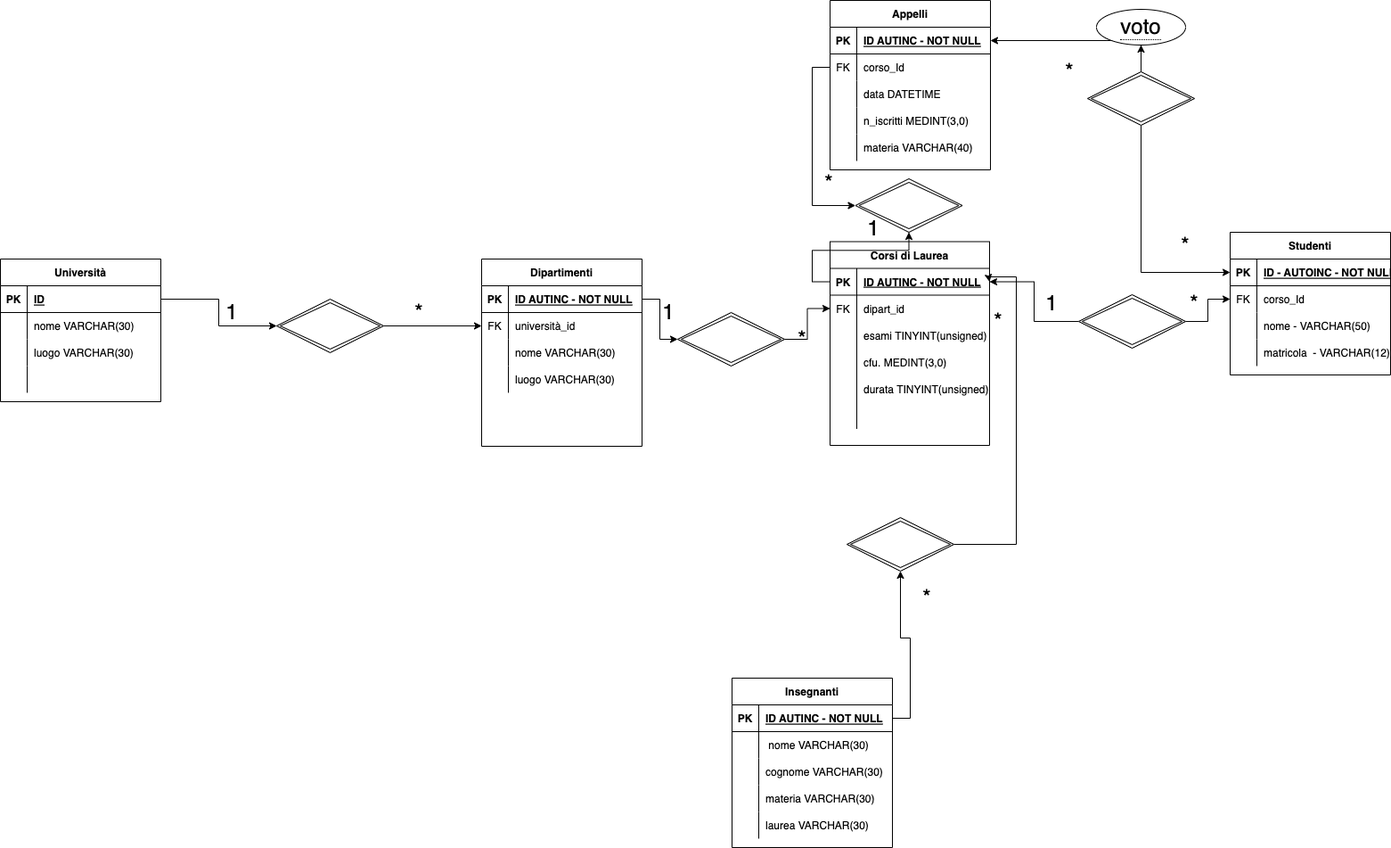
fathergasc/db-university keeps this draw.io diagram as database_b.drawio.png. Above is the earlier version. Source tidied: cells renumbered, new cells last; positions are measured from the earlier drawing's top-left corner, leaving out a move shared by most shapes.
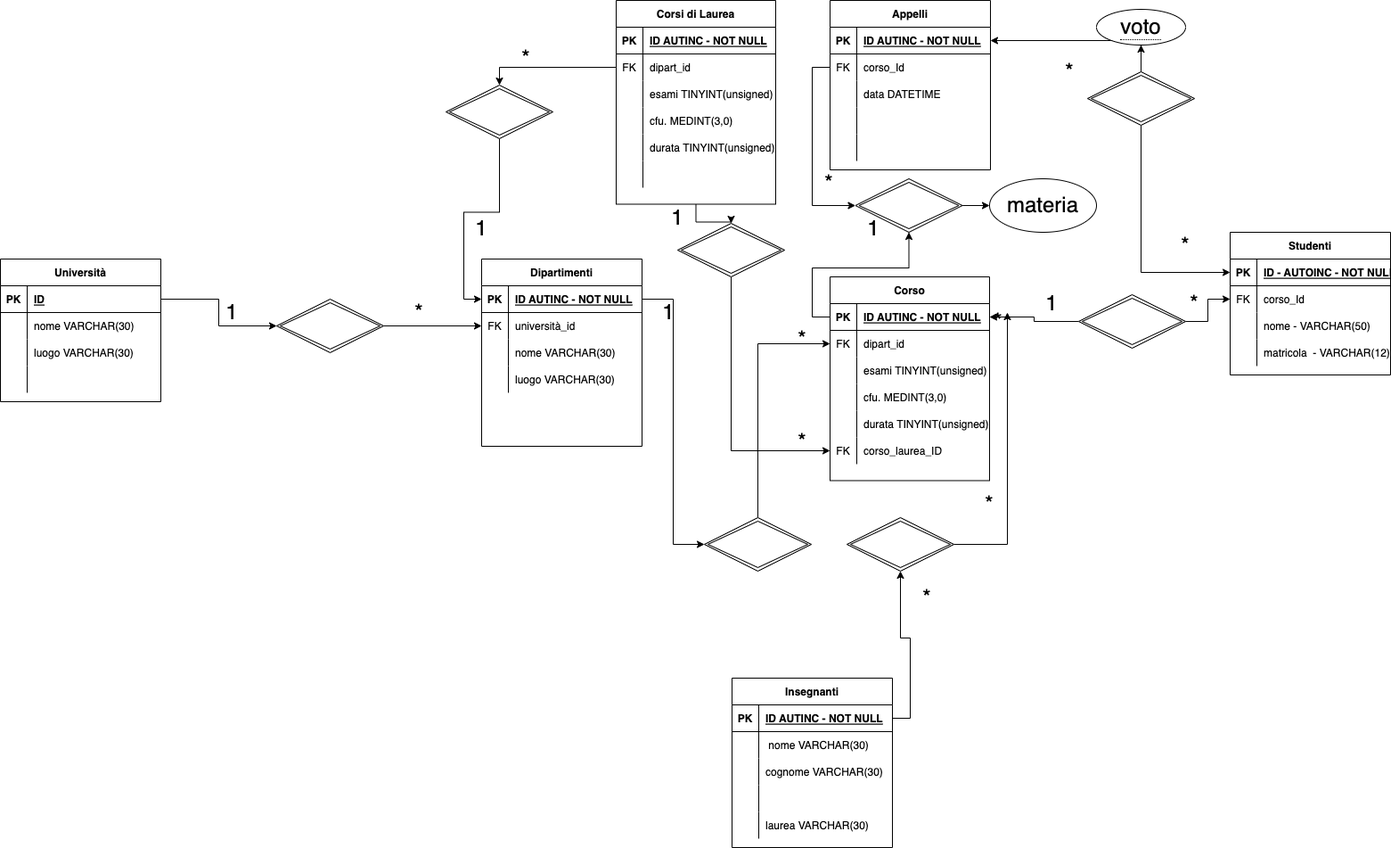
The same diagram one commit later.

The edit, as a diff of the source:
```diff
@@ -38,7 +38,7 @@
     <mxCell id="13" style="shape=partialRectangle;fillColor=none;top=0;left=0;bottom=0;right=0;overflow=hidden;" parent="12" vertex="1">
       <mxGeometry width="30" height="30" as="geometry" />
     </mxCell>
-    <mxCell id="14" value="materia VARCHAR(30)" style="shape=partialRectangle;fillColor=none;top=0;left=0;bottom=0;right=0;align=left;spacingLeft=6;overflow=hidden;" parent="12" vertex="1">
+    <mxCell id="14" style="shape=partialRectangle;fillColor=none;top=0;left=0;bottom=0;right=0;align=left;spacingLeft=6;overflow=hidden;" parent="12" vertex="1">
       <mxGeometry x="30" width="150" height="30" as="geometry" />
     </mxCell>
     <mxCell id="15" style="shape=tableRow;horizontal=0;startSize=0;swimlaneHead=0;swimlaneBody=0;fillColor=none;top=0;left=0;right=0;bottom=0;" parent="2" vertex="1">
@@ -50,8 +50,8 @@
     <mxCell id="17" value="laurea VARCHAR(30)" style="shape=partialRectangle;fillColor=none;top=0;left=0;bottom=0;right=0;align=left;spacingLeft=6;overflow=hidden;" parent="15" vertex="1">
       <mxGeometry x="30" width="150" height="30" as="geometry" />
     </mxCell>
-    <mxCell id="18" value="Corsi di Laurea" style="shape=table;startSize=30;rowLines=0;fontStyle=1;align=center;" parent="1" vertex="1">
-      <mxGeometry x="931" y="270.5" width="179" height="228.5" as="geometry" />
+    <mxCell id="18" value="Corso" style="shape=table;startSize=30;rowLines=0;fontStyle=1;align=center;" parent="1" vertex="1">
+      <mxGeometry x="931" y="310" width="179" height="228.5" as="geometry" />
     </mxCell>
     <mxCell id="19" style="shape=tableRow;horizontal=0;startSize=0;swimlaneHead=0;swimlaneBody=0;fillColor=none;points=[[0,0.5],[1,0.5]];portConstraint=eastwest;top=0;left=0;right=0;bottom=1;" parent="18" vertex="1">
       <mxGeometry y="30" width="179" height="30" as="geometry" />
@@ -101,10 +101,10 @@
     <mxCell id="34" style="shape=tableRow;horizontal=0;startSize=0;swimlaneHead=0;swimlaneBody=0;fillColor=none;points=[[0,0.5],[1,0.5]];portConstraint=eastwest;top=0;left=0;right=0;bottom=0;" parent="18" vertex="1">
       <mxGeometry y="180" width="179" height="30" as="geometry" />
     </mxCell>
-    <mxCell id="35" style="shape=partialRectangle;fillColor=none;top=0;left=0;bottom=0;right=0;overflow=hidden;" parent="34" vertex="1">
+    <mxCell id="35" value="FK" style="shape=partialRectangle;fillColor=none;top=0;left=0;bottom=0;right=0;overflow=hidden;" parent="34" vertex="1">
       <mxGeometry width="30" height="30" as="geometry" />
     </mxCell>
-    <mxCell id="36" style="shape=partialRectangle;fillColor=none;top=0;left=0;bottom=0;right=0;align=left;spacingLeft=6;overflow=hidden;" parent="34" vertex="1">
+    <mxCell id="36" value="corso_laurea_ID" style="shape=partialRectangle;fillColor=none;top=0;left=0;bottom=0;right=0;align=left;spacingLeft=6;overflow=hidden;" parent="34" vertex="1">
       <mxGeometry x="30" width="149" height="30" as="geometry" />
     </mxCell>
     <mxCell id="37" value="Dipartimenti" style="shape=table;startSize=30;rowLines=0;fontStyle=1;align=center;" parent="1" vertex="1">
@@ -204,7 +204,7 @@
       <mxGeometry relative="1" as="geometry" />
     </mxCell>
     <mxCell id="69" style="shape=rhombus;double=1;perimeter=rhombusPerimeter;whiteSpace=wrap;html=1;align=center;fontSize=24;" parent="1" vertex="1">
-      <mxGeometry x="760" y="350" width="120" height="60" as="geometry" />
+      <mxGeometry x="790" y="580" width="120" height="60" as="geometry" />
     </mxCell>
     <mxCell id="70" style="shape=partialRectangle;fillColor=none;top=0;left=0;bottom=0;right=0;align=left;spacingLeft=6;overflow=hidden;" parent="1" vertex="1">
       <mxGeometry x="570" y="440" width="150" height="30" as="geometry" />
@@ -215,15 +215,11 @@
     <mxCell id="72" value="1" style="text;html=1;strokeColor=none;fillColor=none;align=center;verticalAlign=middle;whiteSpace=wrap;rounded=0;fontSize=24;" parent="1" vertex="1">
       <mxGeometry x="720" y="335" width="60" height="30" as="geometry" />
     </mxCell>
-    <mxCell id="73" style="edgeStyle=orthogonalEdgeStyle;rounded=0;jettySize=auto;html=1;fontSize=24;entryX=1;entryY=0.5;entryDx=0;entryDy=0;" parent="1" edge="1" source="74" target="19">
-      <mxGeometry relative="1" as="geometry">
-        <Array as="points">
-          <mxPoint x="1140" y="610" />
-          <mxPoint x="1140" y="310" />
-          <mxPoint x="1109" y="310" />
-        </Array>
-      </mxGeometry>
-    </mxCell>
+    <mxCell id="125" style="edgeStyle=orthogonalEdgeStyle;rounded=0;jettySize=auto;html=1;fontSize=24;" parent="1" edge="1" source="74">
+      <mxGeometry relative="1" as="geometry">
+        <mxPoint x="1130" y="350" as="targetPoint" />
+      </mxGeometry>
+    </mxCell>
     <mxCell id="74" style="shape=rhombus;double=1;perimeter=rhombusPerimeter;whiteSpace=wrap;html=1;align=center;fontSize=24;" parent="1" vertex="1">
       <mxGeometry x="950" y="580" width="120" height="60" as="geometry" />
     </mxCell>
@@ -335,7 +331,7 @@
     <mxCell id="110" style="shape=partialRectangle;fillColor=none;top=0;left=0;bottom=0;right=0;overflow=hidden;" parent="109" vertex="1">
       <mxGeometry width="30" height="30" as="geometry" />
     </mxCell>
-    <mxCell id="111" value="n_iscritti MEDINT(3,0)" style="shape=partialRectangle;fillColor=none;top=0;left=0;bottom=0;right=0;align=left;spacingLeft=6;overflow=hidden;" parent="109" vertex="1">
+    <mxCell id="111" style="shape=partialRectangle;fillColor=none;top=0;left=0;bottom=0;right=0;align=left;spacingLeft=6;overflow=hidden;" parent="109" vertex="1">
       <mxGeometry x="30" width="150" height="30" as="geometry" />
     </mxCell>
     <mxCell id="112" style="shape=tableRow;horizontal=0;startSize=0;swimlaneHead=0;swimlaneBody=0;fillColor=none;top=0;left=0;right=0;bottom=0;" parent="99" vertex="1">
@@ -344,9 +340,12 @@
     <mxCell id="113" style="shape=partialRectangle;fillColor=none;top=0;left=0;bottom=0;right=0;overflow=hidden;" parent="112" vertex="1">
       <mxGeometry width="30" height="30" as="geometry" />
     </mxCell>
-    <mxCell id="114" value="materia VARCHAR(40)" style="shape=partialRectangle;fillColor=none;top=0;left=0;bottom=0;right=0;align=left;spacingLeft=6;overflow=hidden;" parent="112" vertex="1">
+    <mxCell id="114" style="shape=partialRectangle;fillColor=none;top=0;left=0;bottom=0;right=0;align=left;spacingLeft=6;overflow=hidden;" parent="112" vertex="1">
       <mxGeometry x="30" width="150" height="30" as="geometry" />
     </mxCell>
+    <mxCell id="126" style="edgeStyle=orthogonalEdgeStyle;rounded=0;jettySize=auto;html=1;fontSize=24;" parent="1" edge="1" source="115" target="157">
+      <mxGeometry relative="1" as="geometry" />
+    </mxCell>
     <mxCell id="115" style="shape=rhombus;double=1;perimeter=rhombusPerimeter;whiteSpace=wrap;html=1;align=center;fontSize=24;" parent="1" vertex="1">
       <mxGeometry x="959.5" y="200" width="120" height="60" as="geometry" />
     </mxCell>
@@ -377,5 +376,98 @@
     <mxCell id="124" value="&lt;font style=&quot;font-size: 24px;&quot;&gt;*&lt;/font&gt;" style="text;html=1;strokeColor=none;fillColor=none;align=center;verticalAlign=middle;whiteSpace=wrap;rounded=0;" parent="1" vertex="1">
       <mxGeometry x="1310" y="325" width="60" height="30" as="geometry" />
     </mxCell>
+    <mxCell id="127" style="edgeStyle=orthogonalEdgeStyle;rounded=0;jettySize=auto;html=1;entryX=0.5;entryY=0;entryDx=0;entryDy=0;fontSize=24;" parent="1" edge="1" source="128" target="152">
+      <mxGeometry relative="1" as="geometry" />
+    </mxCell>
+    <mxCell id="128" value="Corsi di Laurea" style="shape=table;startSize=30;rowLines=0;fontStyle=1;align=center;" parent="1" vertex="1">
+      <mxGeometry x="691" width="179" height="228.5" as="geometry" />
+    </mxCell>
+    <mxCell id="129" style="shape=tableRow;horizontal=0;startSize=0;swimlaneHead=0;swimlaneBody=0;fillColor=none;top=0;left=0;right=0;bottom=1;" parent="128" vertex="1">
+      <mxGeometry y="30" width="179" height="30" as="geometry" />
+    </mxCell>
+    <mxCell id="130" value="PK" style="shape=partialRectangle;fillColor=none;top=0;left=0;bottom=0;right=0;fontStyle=1;overflow=hidden;" parent="129" vertex="1">
+      <mxGeometry width="30" height="30" as="geometry" />
+    </mxCell>
+    <mxCell id="131" value="ID AUTINC - NOT NULL" style="shape=partialRectangle;fillColor=none;top=0;left=0;bottom=0;right=0;align=left;spacingLeft=6;fontStyle=5;overflow=hidden;" parent="129" vertex="1">
+      <mxGeometry x="30" width="149" height="30" as="geometry" />
+    </mxCell>
+    <mxCell id="132" style="shape=tableRow;horizontal=0;startSize=0;swimlaneHead=0;swimlaneBody=0;fillColor=none;points=[[0,0.5],[1,0.5]];portConstraint=eastwest;top=0;left=0;right=0;bottom=0;" parent="128" vertex="1">
+      <mxGeometry y="60" width="179" height="30" as="geometry" />
+    </mxCell>
+    <mxCell id="133" value="FK" style="shape=partialRectangle;fillColor=none;top=0;left=0;bottom=0;right=0;overflow=hidden;" parent="132" vertex="1">
+      <mxGeometry width="30" height="30" as="geometry" />
+    </mxCell>
+    <mxCell id="134" value="dipart_id" style="shape=partialRectangle;fillColor=none;top=0;left=0;bottom=0;right=0;align=left;spacingLeft=6;overflow=hidden;" parent="132" vertex="1">
+      <mxGeometry x="30" width="149" height="30" as="geometry" />
+    </mxCell>
+    <mxCell id="135" style="shape=tableRow;horizontal=0;startSize=0;swimlaneHead=0;swimlaneBody=0;fillColor=none;top=0;left=0;right=0;bottom=0;" parent="128" vertex="1">
+      <mxGeometry y="90" width="179" height="30" as="geometry" />
+    </mxCell>
+    <mxCell id="136" style="shape=partialRectangle;fillColor=none;top=0;left=0;bottom=0;right=0;overflow=hidden;" parent="135" vertex="1">
+      <mxGeometry width="30" height="30" as="geometry" />
+    </mxCell>
+    <mxCell id="137" value="esami TINYINT(unsigned)" style="shape=partialRectangle;fillColor=none;top=0;left=0;bottom=0;right=0;align=left;spacingLeft=6;overflow=hidden;" parent="135" vertex="1">
+      <mxGeometry x="30" width="149" height="30" as="geometry" />
+    </mxCell>
+    <mxCell id="138" style="shape=tableRow;horizontal=0;startSize=0;swimlaneHead=0;swimlaneBody=0;fillColor=none;top=0;left=0;right=0;bottom=0;" parent="128" vertex="1">
+      <mxGeometry y="120" width="179" height="30" as="geometry" />
+    </mxCell>
+    <mxCell id="139" style="shape=partialRectangle;fillColor=none;top=0;left=0;bottom=0;right=0;overflow=hidden;" parent="138" vertex="1">
+      <mxGeometry width="30" height="30" as="geometry" />
+    </mxCell>
+    <mxCell id="140" value="cfu. MEDINT(3,0)" style="shape=partialRectangle;fillColor=none;top=0;left=0;bottom=0;right=0;align=left;spacingLeft=6;overflow=hidden;" parent="138" vertex="1">
+      <mxGeometry x="30" width="149" height="30" as="geometry" />
+    </mxCell>
+    <mxCell id="141" style="shape=tableRow;horizontal=0;startSize=0;swimlaneHead=0;swimlaneBody=0;fillColor=none;top=0;left=0;right=0;bottom=0;" parent="128" vertex="1">
+      <mxGeometry y="150" width="179" height="30" as="geometry" />
+    </mxCell>
+    <mxCell id="142" style="shape=partialRectangle;fillColor=none;top=0;left=0;bottom=0;right=0;overflow=hidden;" parent="141" vertex="1">
+      <mxGeometry width="30" height="30" as="geometry" />
+    </mxCell>
+    <mxCell id="143" value="durata TINYINT(unsigned)" style="shape=partialRectangle;fillColor=none;top=0;left=0;bottom=0;right=0;align=left;spacingLeft=6;overflow=hidden;" parent="141" vertex="1">
+      <mxGeometry x="30" width="149" height="30" as="geometry" />
+    </mxCell>
+    <mxCell id="144" style="shape=tableRow;horizontal=0;startSize=0;swimlaneHead=0;swimlaneBody=0;fillColor=none;top=0;left=0;right=0;bottom=0;" parent="128" vertex="1">
+      <mxGeometry y="180" width="179" height="30" as="geometry" />
+    </mxCell>
+    <mxCell id="145" style="shape=partialRectangle;fillColor=none;top=0;left=0;bottom=0;right=0;overflow=hidden;" parent="144" vertex="1">
+      <mxGeometry width="30" height="30" as="geometry" />
+    </mxCell>
+    <mxCell id="146" style="shape=partialRectangle;fillColor=none;top=0;left=0;bottom=0;right=0;align=left;spacingLeft=6;overflow=hidden;" parent="144" vertex="1">
+      <mxGeometry x="30" width="149" height="30" as="geometry" />
+    </mxCell>
+    <mxCell id="147" style="edgeStyle=orthogonalEdgeStyle;rounded=0;jettySize=auto;html=1;entryX=0;entryY=0.5;entryDx=0;entryDy=0;fontSize=24;" parent="1" edge="1" source="148" target="38">
+      <mxGeometry relative="1" as="geometry" />
+    </mxCell>
+    <mxCell id="148" style="shape=rhombus;double=1;perimeter=rhombusPerimeter;whiteSpace=wrap;html=1;align=center;fontSize=24;" parent="1" vertex="1">
+      <mxGeometry x="500" y="95" width="120" height="60" as="geometry" />
+    </mxCell>
+    <mxCell id="149" value="1" style="text;html=1;strokeColor=none;fillColor=none;align=center;verticalAlign=middle;whiteSpace=wrap;rounded=0;fontSize=24;" parent="1" vertex="1">
+      <mxGeometry x="520" y="240.5" width="40" height="30" as="geometry" />
+    </mxCell>
+    <mxCell id="150" value="&lt;font style=&quot;font-size: 24px;&quot;&gt;*&lt;/font&gt;" style="text;html=1;strokeColor=none;fillColor=none;align=center;verticalAlign=middle;whiteSpace=wrap;rounded=0;" parent="1" vertex="1">
+      <mxGeometry x="560" y="50" width="60" height="30" as="geometry" />
+    </mxCell>
+    <mxCell id="151" style="edgeStyle=orthogonalEdgeStyle;rounded=0;jettySize=auto;html=1;fontSize=24;" parent="1" edge="1" source="152" target="34">
+      <mxGeometry relative="1" as="geometry" />
+    </mxCell>
+    <mxCell id="152" style="shape=rhombus;double=1;perimeter=rhombusPerimeter;whiteSpace=wrap;html=1;align=center;fontSize=24;" parent="1" vertex="1">
+      <mxGeometry x="760" y="250" width="120" height="60" as="geometry" />
+    </mxCell>
+    <mxCell id="153" style="edgeStyle=orthogonalEdgeStyle;rounded=0;jettySize=auto;html=1;entryX=0.5;entryY=0;entryDx=0;entryDy=0;fontSize=24;" parent="1" edge="1" source="132" target="148">
+      <mxGeometry relative="1" as="geometry" />
+    </mxCell>
+    <mxCell id="154" value="1" style="text;html=1;strokeColor=none;fillColor=none;align=center;verticalAlign=middle;whiteSpace=wrap;rounded=0;fontSize=24;" parent="1" vertex="1">
+      <mxGeometry x="740" y="228.5" width="40" height="30" as="geometry" />
+    </mxCell>
+    <mxCell id="155" value="&lt;font style=&quot;font-size: 24px;&quot;&gt;*&lt;/font&gt;" style="text;html=1;strokeColor=none;fillColor=none;align=center;verticalAlign=middle;whiteSpace=wrap;rounded=0;" parent="1" vertex="1">
+      <mxGeometry x="870" y="480" width="60" height="30" as="geometry" />
+    </mxCell>
+    <mxCell id="156" value="&lt;font style=&quot;font-size: 24px;&quot;&gt;*&lt;/font&gt;" style="text;html=1;strokeColor=none;fillColor=none;align=center;verticalAlign=middle;whiteSpace=wrap;rounded=0;" parent="1" vertex="1">
+      <mxGeometry x="1079.5" y="550" width="60" height="30" as="geometry" />
+    </mxCell>
+    <mxCell id="157" value="materia" style="ellipse;whiteSpace=wrap;html=1;fontSize=24;" parent="1" vertex="1">
+      <mxGeometry x="1110" y="200" width="120" height="60" as="geometry" />
+    </mxCell>
   </root>
 </mxGraphModel>
```
